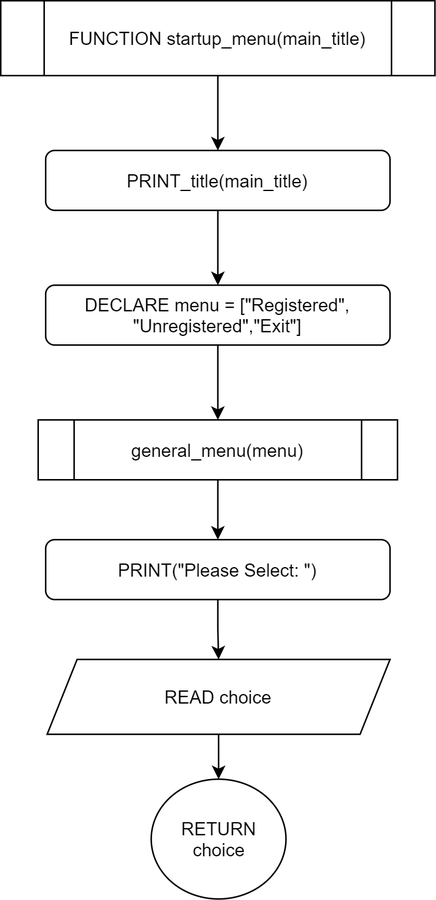
This is Flowchart/default/startup_menu.png from RabbitBear00/Car-Rental-System, a draw.io export, as it was before one commit. Source tidied: cells renumbered, new cells last; positions are measured from the earlier drawing's top-left corner, leaving out a move shared by most shapes. The source it was exported from:
```xml
<mxGraphModel>
  <root>
    <mxCell id="0" />
    <mxCell id="1" parent="0" />
    <mxCell id="2" style="edgeStyle=orthogonalEdgeStyle;rounded=0;jettySize=auto;html=1;" parent="1" edge="1" source="3" target="5">
      <mxGeometry relative="1" as="geometry" />
    </mxCell>
    <mxCell id="3" value="&lt;div&gt;FUNCTION startup_menu(main_title)&lt;/div&gt;" style="shape=process;whiteSpace=wrap;html=1;backgroundOutline=1;" parent="1" vertex="1">
      <mxGeometry width="290" height="50" as="geometry" />
    </mxCell>
    <mxCell id="4" style="edgeStyle=orthogonalEdgeStyle;rounded=0;jettySize=auto;html=1;" parent="1" edge="1" source="5" target="7">
      <mxGeometry relative="1" as="geometry" />
    </mxCell>
    <mxCell id="5" value="PRINT_title(main_title)" style="rounded=1;whiteSpace=wrap;html=1;" parent="1" vertex="1">
      <mxGeometry x="30" y="100" width="230" height="40" as="geometry" />
    </mxCell>
    <mxCell id="6" style="edgeStyle=orthogonalEdgeStyle;rounded=0;jettySize=auto;html=1;" parent="1" edge="1" source="7" target="9">
      <mxGeometry relative="1" as="geometry" />
    </mxCell>
    <mxCell id="7" value="DECLARE menu = [&quot;Registered&quot;, &quot;Unregistered&quot;,&quot;Exit&quot;]" style="rounded=1;whiteSpace=wrap;html=1;" parent="1" vertex="1">
      <mxGeometry x="30" y="190" width="230" height="40" as="geometry" />
    </mxCell>
    <mxCell id="8" style="edgeStyle=orthogonalEdgeStyle;rounded=0;jettySize=auto;html=1;" parent="1" edge="1" source="9" target="11">
      <mxGeometry relative="1" as="geometry" />
    </mxCell>
    <mxCell id="9" value="general_menu(menu)" style="shape=process;whiteSpace=wrap;html=1;backgroundOutline=1;" parent="1" vertex="1">
      <mxGeometry x="25" y="280" width="240" height="40" as="geometry" />
    </mxCell>
    <mxCell id="10" style="edgeStyle=orthogonalEdgeStyle;rounded=0;jettySize=auto;html=1;" parent="1" edge="1" source="11" target="13">
      <mxGeometry relative="1" as="geometry" />
    </mxCell>
    <mxCell id="11" value="PRINT(&quot;Please Select: &quot;)" style="rounded=1;whiteSpace=wrap;html=1;" parent="1" vertex="1">
      <mxGeometry x="30" y="360" width="230" height="40" as="geometry" />
    </mxCell>
    <mxCell id="12" style="edgeStyle=orthogonalEdgeStyle;rounded=0;jettySize=auto;html=1;" parent="1" edge="1" source="13" target="14">
      <mxGeometry relative="1" as="geometry" />
    </mxCell>
    <mxCell id="13" value="READ choice" style="shape=parallelogram;perimeter=parallelogramPerimeter;whiteSpace=wrap;html=1;fixedSize=1;" parent="1" vertex="1">
      <mxGeometry x="31" y="440" width="229" height="50" as="geometry" />
    </mxCell>
    <mxCell id="14" value="RETURN choice" style="ellipse;whiteSpace=wrap;html=1;" parent="1" vertex="1">
      <mxGeometry x="100.5" y="520" width="90" height="80" as="geometry" />
    </mxCell>
  </root>
</mxGraphModel>
```
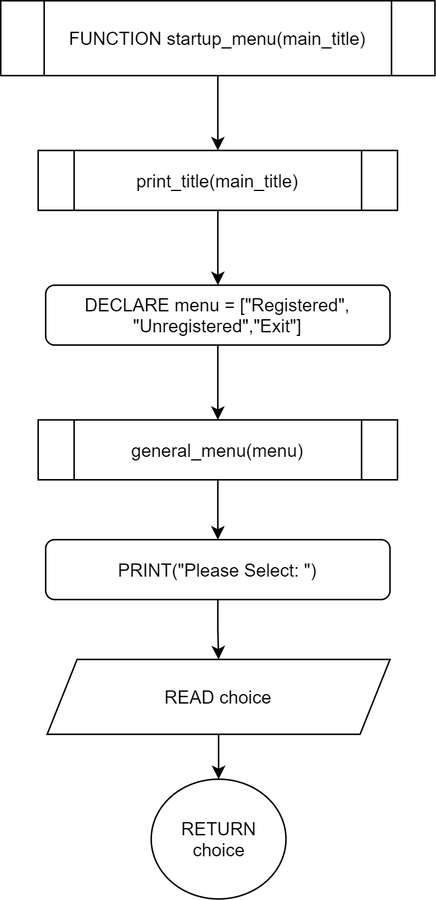
The same diagram one commit later.

What changed in the source:
```diff
@@ -2,18 +2,12 @@
   <root>
     <mxCell id="0" />
     <mxCell id="1" parent="0" />
-    <mxCell id="2" style="edgeStyle=orthogonalEdgeStyle;rounded=0;jettySize=auto;html=1;" parent="1" edge="1" source="3" target="5">
-      <mxGeometry relative="1" as="geometry" />
-    </mxCell>
+    <mxCell id="15" style="edgeStyle=orthogonalEdgeStyle;rounded=0;jettySize=auto;html=1;" parent="1" edge="1" source="3" target="17">
+      <mxGeometry relative="1" as="geometry" />
+    </mxCell>
     <mxCell id="3" value="&lt;div&gt;FUNCTION startup_menu(main_title)&lt;/div&gt;" style="shape=process;whiteSpace=wrap;html=1;backgroundOutline=1;" parent="1" vertex="1">
       <mxGeometry width="290" height="50" as="geometry" />
     </mxCell>
-    <mxCell id="4" style="edgeStyle=orthogonalEdgeStyle;rounded=0;jettySize=auto;html=1;" parent="1" edge="1" source="5" target="7">
-      <mxGeometry relative="1" as="geometry" />
-    </mxCell>
-    <mxCell id="5" value="PRINT_title(main_title)" style="rounded=1;whiteSpace=wrap;html=1;" parent="1" vertex="1">
-      <mxGeometry x="30" y="100" width="230" height="40" as="geometry" />
-    </mxCell>
     <mxCell id="6" style="edgeStyle=orthogonalEdgeStyle;rounded=0;jettySize=auto;html=1;" parent="1" edge="1" source="7" target="9">
       <mxGeometry relative="1" as="geometry" />
     </mxCell>
@@ -41,5 +35,11 @@
     <mxCell id="14" value="RETURN choice" style="ellipse;whiteSpace=wrap;html=1;" parent="1" vertex="1">
       <mxGeometry x="100.5" y="520" width="90" height="80" as="geometry" />
     </mxCell>
+    <mxCell id="16" style="edgeStyle=orthogonalEdgeStyle;rounded=0;jettySize=auto;html=1;" parent="1" edge="1" source="17" target="7">
+      <mxGeometry relative="1" as="geometry" />
+    </mxCell>
+    <mxCell id="17" value="print_title(main_title)" style="shape=process;whiteSpace=wrap;html=1;backgroundOutline=1;" parent="1" vertex="1">
+      <mxGeometry x="25" y="100" width="240" height="40" as="geometry" />
+    </mxCell>
   </root>
 </mxGraphModel>
```
